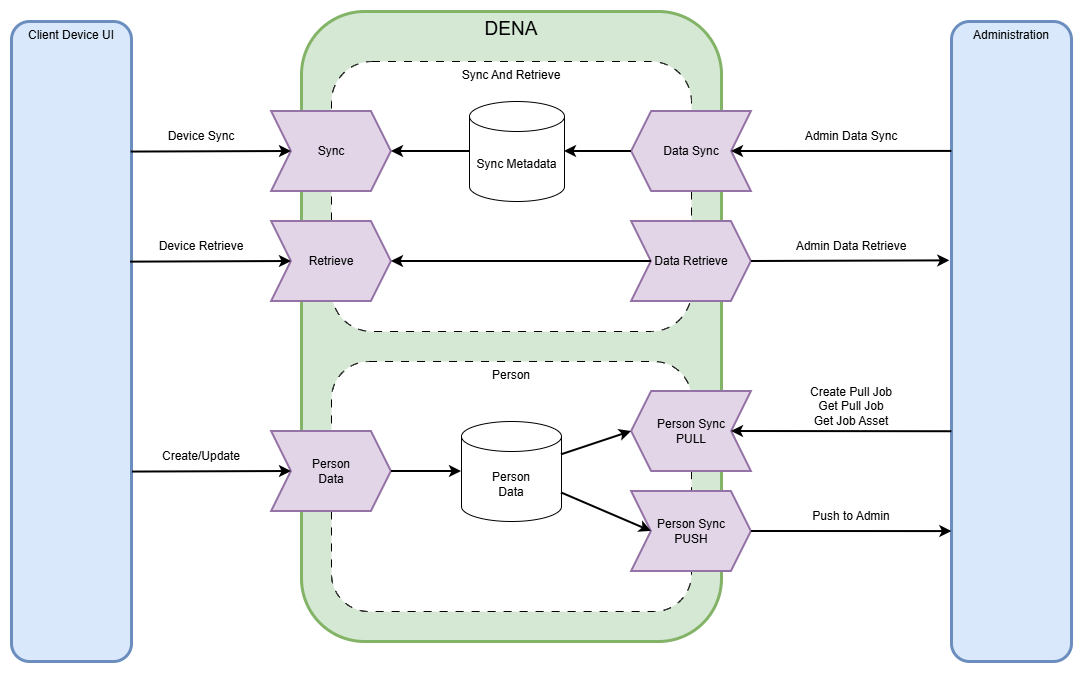
The draw.io diagram docs/adjuntos/imagenes/DENA_Architecture.png in DENA-Euskadi/dena-euskadi.github.io, before a commit. Source tidied: cells renumbered, new cells last; positions are measured from the earlier drawing's top-left corner, leaving out a move shared by most shapes. The source it was exported from:
```xml
<mxGraphModel>
  <root>
    <mxCell id="0" />
    <mxCell id="1" parent="0" />
    <mxCell id="2" value="&lt;font style=&quot;font-size: 19px;&quot;&gt;DENA&lt;/font&gt;" style="rounded=1;whiteSpace=wrap;html=1;verticalAlign=top;fillColor=#d5e8d4;strokeColor=#82b366;strokeWidth=3;" parent="1" vertex="1">
      <mxGeometry x="290" width="420" height="630" as="geometry" />
    </mxCell>
    <mxCell id="3" value="Sync And Retrieve" style="rounded=1;whiteSpace=wrap;html=1;dashed=1;dashPattern=8 8;labelPosition=center;verticalLabelPosition=middle;align=center;verticalAlign=top;strokeWidth=1;perimeterSpacing=0;gradientColor=none;" parent="1" vertex="1">
      <mxGeometry x="320" y="50" width="360" height="270" as="geometry" />
    </mxCell>
    <mxCell id="4" value="Person" style="rounded=1;whiteSpace=wrap;html=1;dashed=1;dashPattern=8 8;labelPosition=center;verticalLabelPosition=middle;align=center;verticalAlign=top;strokeWidth=1;perimeterSpacing=0;gradientColor=none;" parent="1" vertex="1">
      <mxGeometry x="320" y="350" width="360" height="250" as="geometry" />
    </mxCell>
    <mxCell id="5" value="Retrieve" style="shape=step;perimeter=stepPerimeter;whiteSpace=wrap;html=1;fixedSize=1;fillColor=#e1d5e7;strokeColor=#9673a6;strokeWidth=2;" parent="1" vertex="1">
      <mxGeometry x="260" y="210" width="120" height="80" as="geometry" />
    </mxCell>
    <mxCell id="6" value="Data Retrieve" style="shape=step;perimeter=stepPerimeter;whiteSpace=wrap;html=1;fixedSize=1;flipH=0;legacyAnchorPoints=0;strokeWidth=2;fillColor=#e1d5e7;strokeColor=#9673a6;" parent="1" vertex="1">
      <mxGeometry x="620" y="210" width="120" height="80" as="geometry" />
    </mxCell>
    <mxCell id="7" value="Data Sync" style="shape=step;perimeter=stepPerimeter;whiteSpace=wrap;html=1;fixedSize=1;flipH=1;legacyAnchorPoints=0;strokeWidth=2;fillColor=#e1d5e7;strokeColor=#9673a6;" parent="1" vertex="1">
      <mxGeometry x="620" y="100" width="120" height="80" as="geometry" />
    </mxCell>
    <mxCell id="8" value="Person Sync&lt;div&gt;PULL&lt;/div&gt;" style="shape=step;perimeter=stepPerimeter;whiteSpace=wrap;html=1;fixedSize=1;flipH=1;legacyAnchorPoints=0;strokeWidth=2;fillColor=#e1d5e7;strokeColor=#9673a6;" parent="1" vertex="1">
      <mxGeometry x="620" y="380" width="120" height="80" as="geometry" />
    </mxCell>
    <mxCell id="9" value="Person Sync&lt;div&gt;PUSH&lt;/div&gt;" style="shape=step;perimeter=stepPerimeter;whiteSpace=wrap;html=1;fixedSize=1;strokeWidth=2;fillColor=#e1d5e7;strokeColor=#9673a6;" parent="1" vertex="1">
      <mxGeometry x="620" y="480" width="120" height="80" as="geometry" />
    </mxCell>
    <mxCell id="10" value="Administration" style="rounded=1;whiteSpace=wrap;html=1;verticalAlign=top;fillColor=#dae8fc;strokeColor=#6c8ebf;strokeWidth=3;" parent="1" vertex="1">
      <mxGeometry x="940" y="10" width="120" height="640" as="geometry" />
    </mxCell>
    <mxCell id="11" value="Client Device UI" style="rounded=1;whiteSpace=wrap;html=1;verticalAlign=top;fillColor=#dae8fc;strokeColor=#6c8ebf;strokeWidth=3;" parent="1" vertex="1">
      <mxGeometry y="10" width="120" height="640" as="geometry" />
    </mxCell>
    <mxCell id="12" value="Sync" style="shape=step;perimeter=stepPerimeter;whiteSpace=wrap;html=1;fixedSize=1;fillColor=#e1d5e7;strokeColor=#9673a6;strokeWidth=2;" parent="1" vertex="1">
      <mxGeometry x="260" y="100" width="120" height="80" as="geometry" />
    </mxCell>
    <mxCell id="13" style="endArrow=none;html=1;rounded=0;exitX=1;exitY=0.5;exitDx=0;exitDy=0;entryX=0;entryY=0.5;entryDx=0;entryDy=0;strokeWidth=2;startArrow=classic;startFill=1;endFill=0;" parent="1" edge="1" source="5" target="6">
      <mxGeometry relative="1" as="geometry" />
    </mxCell>
    <mxCell id="14" value="Sync Metadata" style="shape=cylinder3;whiteSpace=wrap;html=1;boundedLbl=1;backgroundOutline=1;size=15;" parent="1" vertex="1">
      <mxGeometry x="458" y="90" width="95" height="100" as="geometry" />
    </mxCell>
    <mxCell id="15" value="Person&lt;div&gt;Data&lt;/div&gt;" style="shape=cylinder3;whiteSpace=wrap;html=1;boundedLbl=1;backgroundOutline=1;size=15;" parent="1" vertex="1">
      <mxGeometry x="450" y="410" width="100" height="100" as="geometry" />
    </mxCell>
    <mxCell id="16" style="endArrow=none;html=1;rounded=0;exitX=1;exitY=0.5;exitDx=0;exitDy=0;entryX=0;entryY=0.5;entryDx=0;entryDy=0;entryPerimeter=0;strokeWidth=2;startArrow=classic;startFill=1;endFill=0;" parent="1" edge="1" source="12" target="14">
      <mxGeometry relative="1" as="geometry" />
    </mxCell>
    <mxCell id="17" style="endArrow=none;html=1;rounded=0;exitX=1;exitY=0.5;exitDx=0;exitDy=0;exitPerimeter=0;entryX=1;entryY=0.5;entryDx=0;entryDy=0;strokeWidth=2;startArrow=classic;startFill=1;endFill=0;" parent="1" edge="1" source="14" target="7">
      <mxGeometry relative="1" as="geometry" />
    </mxCell>
    <mxCell id="18" style="endArrow=classic;html=1;rounded=0;entryX=1;entryY=0.5;entryDx=0;entryDy=0;strokeWidth=2;" parent="1" edge="1" source="15" target="8">
      <mxGeometry relative="1" as="geometry" />
    </mxCell>
    <mxCell id="19" style="endArrow=classic;html=1;rounded=0;entryX=0;entryY=0.5;entryDx=0;entryDy=0;strokeWidth=2;" parent="1" edge="1" source="15" target="9">
      <mxGeometry relative="1" as="geometry" />
    </mxCell>
    <mxCell id="20" value="Person&lt;div&gt;Data&lt;/div&gt;" style="shape=step;perimeter=stepPerimeter;whiteSpace=wrap;html=1;fixedSize=1;strokeWidth=2;fillColor=#e1d5e7;strokeColor=#9673a6;" parent="1" vertex="1">
      <mxGeometry x="260" y="420" width="120" height="80" as="geometry" />
    </mxCell>
    <mxCell id="21" style="endArrow=classic;html=1;rounded=0;exitX=1;exitY=0.5;exitDx=0;exitDy=0;entryX=0;entryY=0.5;entryDx=0;entryDy=0;entryPerimeter=0;strokeWidth=2;" parent="1" edge="1" source="20" target="15">
      <mxGeometry relative="1" as="geometry" />
    </mxCell>
    <mxCell id="22" style="endArrow=classic;html=1;rounded=0;entryX=0;entryY=0.5;entryDx=0;entryDy=0;strokeWidth=2;exitX=0.003;exitY=0.203;exitDx=0;exitDy=0;exitPerimeter=0;" parent="1" edge="1" source="10" target="7">
      <mxGeometry relative="1" as="geometry" />
    </mxCell>
    <mxCell id="23" style="endArrow=classic;html=1;rounded=0;exitX=1;exitY=0.5;exitDx=0;exitDy=0;entryX=-0.014;entryY=0.374;entryDx=0;entryDy=0;entryPerimeter=0;strokeWidth=2;" parent="1" edge="1" source="6" target="10">
      <mxGeometry relative="1" as="geometry" />
    </mxCell>
    <mxCell id="24" style="endArrow=classic;html=1;rounded=0;entryX=0;entryY=0.5;entryDx=0;entryDy=0;strokeWidth=2;exitX=0.997;exitY=0.204;exitDx=0;exitDy=0;exitPerimeter=0;" parent="1" edge="1" source="11" target="12">
      <mxGeometry relative="1" as="geometry" />
    </mxCell>
    <mxCell id="25" style="endArrow=classic;html=1;rounded=0;entryX=0;entryY=0.5;entryDx=0;entryDy=0;strokeWidth=2;exitX=0.992;exitY=0.376;exitDx=0;exitDy=0;exitPerimeter=0;" parent="1" edge="1" source="11" target="5">
      <mxGeometry relative="1" as="geometry" />
    </mxCell>
    <mxCell id="26" style="endArrow=classic;html=1;rounded=0;entryX=0;entryY=0.5;entryDx=0;entryDy=0;exitX=1.008;exitY=0.704;exitDx=0;exitDy=0;exitPerimeter=0;strokeWidth=2;" parent="1" edge="1" source="11" target="20">
      <mxGeometry relative="1" as="geometry" />
    </mxCell>
    <mxCell id="27" value="Device Sync" style="text;html=1;whiteSpace=wrap;strokeColor=none;fillColor=none;align=center;verticalAlign=middle;rounded=0;" parent="1" vertex="1">
      <mxGeometry x="150" y="110" width="80" height="30" as="geometry" />
    </mxCell>
    <mxCell id="28" value="Device Retrieve" style="text;html=1;whiteSpace=wrap;strokeColor=none;fillColor=none;align=center;verticalAlign=middle;rounded=0;" parent="1" vertex="1">
      <mxGeometry x="145" y="220" width="90" height="30" as="geometry" />
    </mxCell>
    <mxCell id="29" value="Create/Update" style="text;html=1;whiteSpace=wrap;strokeColor=none;fillColor=none;align=center;verticalAlign=middle;rounded=0;" parent="1" vertex="1">
      <mxGeometry x="125" y="430" width="130" height="30" as="geometry" />
    </mxCell>
    <mxCell id="30" style="endArrow=classic;html=1;rounded=0;exitX=1;exitY=0.5;exitDx=0;exitDy=0;entryX=0.003;entryY=0.797;entryDx=0;entryDy=0;entryPerimeter=0;strokeWidth=2;" parent="1" edge="1" source="9" target="10">
      <mxGeometry relative="1" as="geometry" />
    </mxCell>
    <mxCell id="31" style="endArrow=classic;html=1;rounded=0;exitX=0.003;exitY=0.641;exitDx=0;exitDy=0;exitPerimeter=0;entryX=0;entryY=0.5;entryDx=0;entryDy=0;strokeWidth=2;" parent="1" edge="1" source="10" target="8">
      <mxGeometry relative="1" as="geometry" />
    </mxCell>
    <mxCell id="32" value="Admin Data Sync" style="text;html=1;whiteSpace=wrap;strokeColor=none;fillColor=none;align=center;verticalAlign=middle;rounded=0;" parent="1" vertex="1">
      <mxGeometry x="780" y="110" width="120" height="30" as="geometry" />
    </mxCell>
    <mxCell id="33" value="Admin Data Retrieve" style="text;html=1;whiteSpace=wrap;strokeColor=none;fillColor=none;align=center;verticalAlign=middle;rounded=0;" parent="1" vertex="1">
      <mxGeometry x="765" y="220" width="150" height="30" as="geometry" />
    </mxCell>
    <mxCell id="34" value="Push to Admin" style="text;html=1;whiteSpace=wrap;strokeColor=none;fillColor=none;align=center;verticalAlign=middle;rounded=0;" parent="1" vertex="1">
      <mxGeometry x="770" y="490" width="140" height="30" as="geometry" />
    </mxCell>
    <mxCell id="35" value="Create Pull Job&lt;div&gt;Get Pull Job&lt;/div&gt;&lt;div&gt;Get Job Asset&lt;/div&gt;" style="text;html=1;whiteSpace=wrap;strokeColor=none;fillColor=none;align=center;verticalAlign=middle;rounded=0;" parent="1" vertex="1">
      <mxGeometry x="715" y="380" width="250" height="30" as="geometry" />
    </mxCell>
  </root>
</mxGraphModel>
```
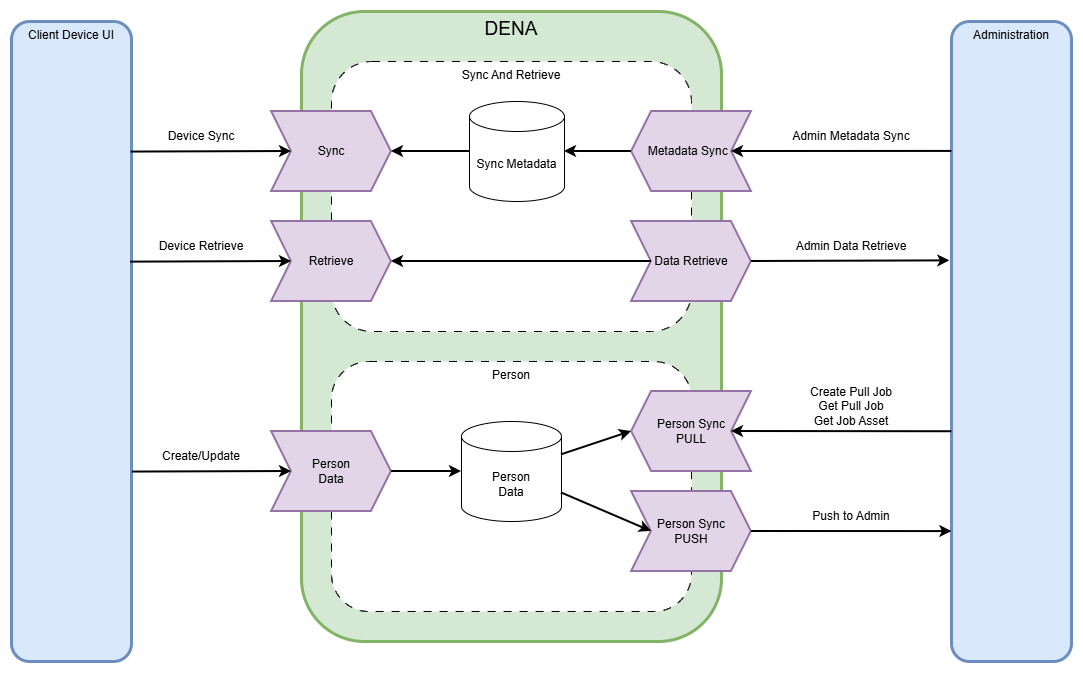
Later version of the same file.

What changed in the source:
```diff
@@ -17,7 +17,7 @@
     <mxCell id="6" value="Data Retrieve" style="shape=step;perimeter=stepPerimeter;whiteSpace=wrap;html=1;fixedSize=1;flipH=0;legacyAnchorPoints=0;strokeWidth=2;fillColor=#e1d5e7;strokeColor=#9673a6;" parent="1" vertex="1">
       <mxGeometry x="620" y="210" width="120" height="80" as="geometry" />
     </mxCell>
-    <mxCell id="7" value="Data Sync" style="shape=step;perimeter=stepPerimeter;whiteSpace=wrap;html=1;fixedSize=1;flipH=1;legacyAnchorPoints=0;strokeWidth=2;fillColor=#e1d5e7;strokeColor=#9673a6;" parent="1" vertex="1">
+    <mxCell id="7" value="Metadata Sync&amp;nbsp;&amp;nbsp;" style="shape=step;perimeter=stepPerimeter;whiteSpace=wrap;html=1;fixedSize=1;flipH=1;legacyAnchorPoints=0;strokeWidth=2;fillColor=#e1d5e7;strokeColor=#9673a6;" parent="1" vertex="1">
       <mxGeometry x="620" y="100" width="120" height="80" as="geometry" />
     </mxCell>
     <mxCell id="8" value="Person Sync&lt;div&gt;PULL&lt;/div&gt;" style="shape=step;perimeter=stepPerimeter;whiteSpace=wrap;html=1;fixedSize=1;flipH=1;legacyAnchorPoints=0;strokeWidth=2;fillColor=#e1d5e7;strokeColor=#9673a6;" parent="1" vertex="1">
@@ -92,7 +92,7 @@
     <mxCell id="31" style="endArrow=classic;html=1;rounded=0;exitX=0.003;exitY=0.641;exitDx=0;exitDy=0;exitPerimeter=0;entryX=0;entryY=0.5;entryDx=0;entryDy=0;strokeWidth=2;" parent="1" edge="1" source="10" target="8">
       <mxGeometry relative="1" as="geometry" />
     </mxCell>
-    <mxCell id="32" value="Admin Data Sync" style="text;html=1;whiteSpace=wrap;strokeColor=none;fillColor=none;align=center;verticalAlign=middle;rounded=0;" parent="1" vertex="1">
+    <mxCell id="32" value="Admin Metadata Sync" style="text;html=1;whiteSpace=wrap;strokeColor=none;fillColor=none;align=center;verticalAlign=middle;rounded=0;" parent="1" vertex="1">
       <mxGeometry x="780" y="110" width="120" height="30" as="geometry" />
     </mxCell>
     <mxCell id="33" value="Admin Data Retrieve" style="text;html=1;whiteSpace=wrap;strokeColor=none;fillColor=none;align=center;verticalAlign=middle;rounded=0;" parent="1" vertex="1">
```
